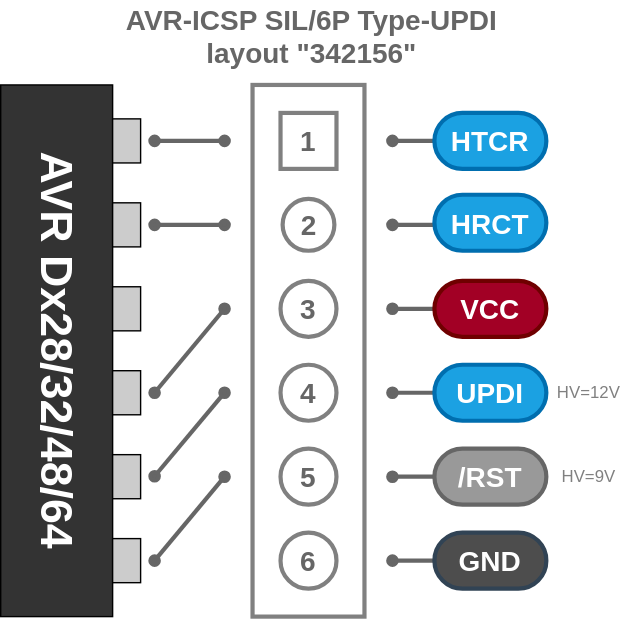
Above: svg/AVR-ICSP-S6P-UPDI-342156.drawio.svg in askn37/askn37.github.io (draw.io), before the change. Source tidied: cells renumbered, new cells last; positions are measured from the earlier drawing's top-left corner, leaving out a move shared by most shapes.
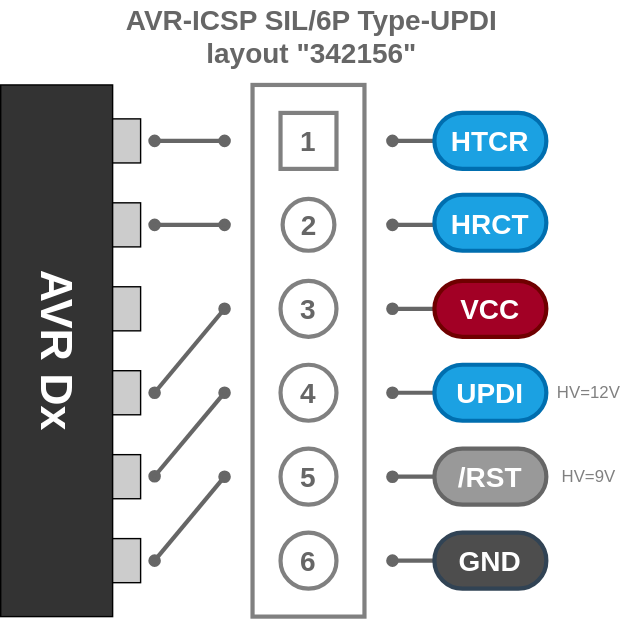
The same file after the commit.

Change to the diagram source:
```diff
@@ -65,7 +65,7 @@
         <mxPoint x="430" y="340" as="targetPoint" />
       </mxGeometry>
     </mxCell>
-    <mxCell id="17" value="AVR Dx28/32/48/64" style="rounded=1;whiteSpace=wrap;html=1;fillColor=#333333;fontColor=#FFFFFF;fontStyle=1;fontSize=32;arcSize=0;rotation=90;direction=south;" parent="1" vertex="1">
+    <mxCell id="17" value="AVR Dx" style="rounded=1;whiteSpace=wrap;html=1;fillColor=#333333;fontColor=#FFFFFF;fontStyle=1;fontSize=32;arcSize=0;rotation=90;direction=south;" parent="1" vertex="1">
       <mxGeometry y="210" width="380" height="80" as="geometry" />
     </mxCell>
     <mxCell id="18" style="rounded=0;whiteSpace=wrap;html=1;fontSize=32;fontColor=#FFFFFF;fillColor=#CCCCCC;" parent="1" vertex="1">
```
